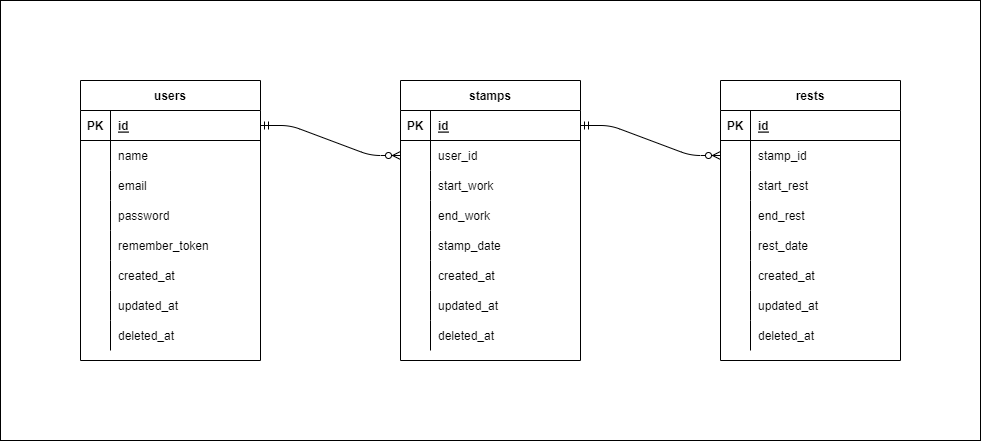
This is atte-ui/atte-ER.drawio.png from YunaSasaki/atte-app, a draw.io export, as it was before one commit. Source tidied: cells renumbered, new cells last; positions are measured from the earlier drawing's top-left corner, leaving out a move shared by most shapes. The source it was exported from:
```xml
<mxGraphModel>
  <root>
    <mxCell id="0" />
    <mxCell id="1" parent="0" />
    <mxCell id="2" style="rounded=0;whiteSpace=wrap;html=1;" parent="1" vertex="1">
      <mxGeometry width="980" height="440" as="geometry" />
    </mxCell>
    <mxCell id="3" value="users" style="shape=table;startSize=30;rowLines=0;fontStyle=1;align=center;" parent="1" vertex="1">
      <mxGeometry x="80" y="80" width="180" height="280" as="geometry" />
    </mxCell>
    <mxCell id="4" style="shape=partialRectangle;fillColor=none;top=0;left=0;bottom=1;right=0;points=[[0,0.5],[1,0.5]];portConstraint=eastwest;" parent="3" vertex="1">
      <mxGeometry y="30" width="180" height="30" as="geometry" />
    </mxCell>
    <mxCell id="5" value="PK" style="shape=partialRectangle;fillColor=none;top=0;left=0;bottom=0;right=0;fontStyle=1;overflow=hidden;" parent="4" vertex="1">
      <mxGeometry width="30" height="30" as="geometry" />
    </mxCell>
    <mxCell id="6" value="id" style="shape=partialRectangle;fillColor=none;top=0;left=0;bottom=0;right=0;align=left;spacingLeft=6;fontStyle=5;overflow=hidden;" parent="4" vertex="1">
      <mxGeometry x="30" width="150" height="30" as="geometry" />
    </mxCell>
    <mxCell id="7" style="shape=partialRectangle;fillColor=none;top=0;left=0;bottom=0;right=0;" parent="3" vertex="1">
      <mxGeometry y="60" width="180" height="30" as="geometry" />
    </mxCell>
    <mxCell id="8" style="shape=partialRectangle;fillColor=none;top=0;left=0;bottom=0;right=0;overflow=hidden;" parent="7" vertex="1">
      <mxGeometry width="30" height="30" as="geometry" />
    </mxCell>
    <mxCell id="9" value="name" style="shape=partialRectangle;fillColor=none;top=0;left=0;bottom=0;right=0;align=left;spacingLeft=6;overflow=hidden;" parent="7" vertex="1">
      <mxGeometry x="30" width="150" height="30" as="geometry" />
    </mxCell>
    <mxCell id="10" style="shape=partialRectangle;fillColor=none;top=0;left=0;bottom=0;right=0;" parent="3" vertex="1">
      <mxGeometry y="90" width="180" height="30" as="geometry" />
    </mxCell>
    <mxCell id="11" style="shape=partialRectangle;fillColor=none;top=0;left=0;bottom=0;right=0;overflow=hidden;" parent="10" vertex="1">
      <mxGeometry width="30" height="30" as="geometry" />
    </mxCell>
    <mxCell id="12" value="email" style="shape=partialRectangle;fillColor=none;top=0;left=0;bottom=0;right=0;align=left;spacingLeft=6;overflow=hidden;" parent="10" vertex="1">
      <mxGeometry x="30" width="150" height="30" as="geometry" />
    </mxCell>
    <mxCell id="13" style="shape=partialRectangle;fillColor=none;top=0;left=0;bottom=0;right=0;" parent="3" vertex="1">
      <mxGeometry y="120" width="180" height="30" as="geometry" />
    </mxCell>
    <mxCell id="14" style="shape=partialRectangle;fillColor=none;top=0;left=0;bottom=0;right=0;overflow=hidden;" parent="13" vertex="1">
      <mxGeometry width="30" height="30" as="geometry" />
    </mxCell>
    <mxCell id="15" value="password" style="shape=partialRectangle;fillColor=none;top=0;left=0;bottom=0;right=0;align=left;spacingLeft=6;overflow=hidden;" parent="13" vertex="1">
      <mxGeometry x="30" width="150" height="30" as="geometry" />
    </mxCell>
    <mxCell id="16" style="shape=partialRectangle;fillColor=none;top=0;left=0;bottom=0;right=0;" parent="3" vertex="1">
      <mxGeometry y="150" width="180" height="30" as="geometry" />
    </mxCell>
    <mxCell id="17" style="shape=partialRectangle;fillColor=none;top=0;left=0;bottom=0;right=0;overflow=hidden;" parent="16" vertex="1">
      <mxGeometry width="30" height="30" as="geometry" />
    </mxCell>
    <mxCell id="18" value="remember_token" style="shape=partialRectangle;fillColor=none;top=0;left=0;bottom=0;right=0;align=left;spacingLeft=6;overflow=hidden;" parent="16" vertex="1">
      <mxGeometry x="30" width="150" height="30" as="geometry" />
    </mxCell>
    <mxCell id="19" style="shape=partialRectangle;fillColor=none;top=0;left=0;bottom=0;right=0;" parent="3" vertex="1">
      <mxGeometry y="180" width="180" height="30" as="geometry" />
    </mxCell>
    <mxCell id="20" style="shape=partialRectangle;fillColor=none;top=0;left=0;bottom=0;right=0;overflow=hidden;" parent="19" vertex="1">
      <mxGeometry width="30" height="30" as="geometry" />
    </mxCell>
    <mxCell id="21" value="created_at" style="shape=partialRectangle;fillColor=none;top=0;left=0;bottom=0;right=0;align=left;spacingLeft=6;overflow=hidden;" parent="19" vertex="1">
      <mxGeometry x="30" width="150" height="30" as="geometry" />
    </mxCell>
    <mxCell id="22" style="shape=partialRectangle;fillColor=none;top=0;left=0;bottom=0;right=0;" parent="3" vertex="1">
      <mxGeometry y="210" width="180" height="30" as="geometry" />
    </mxCell>
    <mxCell id="23" style="shape=partialRectangle;fillColor=none;top=0;left=0;bottom=0;right=0;overflow=hidden;" parent="22" vertex="1">
      <mxGeometry width="30" height="30" as="geometry" />
    </mxCell>
    <mxCell id="24" value="updated_at" style="shape=partialRectangle;fillColor=none;top=0;left=0;bottom=0;right=0;align=left;spacingLeft=6;overflow=hidden;" parent="22" vertex="1">
      <mxGeometry x="30" width="150" height="30" as="geometry" />
    </mxCell>
    <mxCell id="25" style="shape=partialRectangle;fillColor=none;top=0;left=0;bottom=0;right=0;" parent="3" vertex="1">
      <mxGeometry y="240" width="180" height="30" as="geometry" />
    </mxCell>
    <mxCell id="26" style="shape=partialRectangle;fillColor=none;top=0;left=0;bottom=0;right=0;overflow=hidden;" parent="25" vertex="1">
      <mxGeometry width="30" height="30" as="geometry" />
    </mxCell>
    <mxCell id="27" value="deleted_at" style="shape=partialRectangle;fillColor=none;top=0;left=0;bottom=0;right=0;align=left;spacingLeft=6;overflow=hidden;" parent="25" vertex="1">
      <mxGeometry x="30" width="150" height="30" as="geometry" />
    </mxCell>
    <mxCell id="28" value="stamps" style="shape=table;startSize=30;rowLines=0;fontStyle=1;align=center;" parent="1" vertex="1">
      <mxGeometry x="400" y="80" width="180" height="280" as="geometry" />
    </mxCell>
    <mxCell id="29" style="shape=partialRectangle;fillColor=none;top=0;left=0;bottom=1;right=0;points=[[0,0.5],[1,0.5]];portConstraint=eastwest;" parent="28" vertex="1">
      <mxGeometry y="30" width="180" height="30" as="geometry" />
    </mxCell>
    <mxCell id="30" value="PK" style="shape=partialRectangle;fillColor=none;top=0;left=0;bottom=0;right=0;fontStyle=1;overflow=hidden;" parent="29" vertex="1">
      <mxGeometry width="30" height="30" as="geometry" />
    </mxCell>
    <mxCell id="31" value="id" style="shape=partialRectangle;fillColor=none;top=0;left=0;bottom=0;right=0;align=left;spacingLeft=6;fontStyle=5;overflow=hidden;" parent="29" vertex="1">
      <mxGeometry x="30" width="150" height="30" as="geometry" />
    </mxCell>
    <mxCell id="32" style="shape=partialRectangle;fillColor=none;top=0;left=0;bottom=0;right=0;points=[[0,0.5],[1,0.5]];portConstraint=eastwest;" parent="28" vertex="1">
      <mxGeometry y="60" width="180" height="30" as="geometry" />
    </mxCell>
    <mxCell id="33" style="shape=partialRectangle;fillColor=none;top=0;left=0;bottom=0;right=0;overflow=hidden;" parent="32" vertex="1">
      <mxGeometry width="30" height="30" as="geometry" />
    </mxCell>
    <mxCell id="34" value="user_id" style="shape=partialRectangle;fillColor=none;top=0;left=0;bottom=0;right=0;align=left;spacingLeft=6;overflow=hidden;" parent="32" vertex="1">
      <mxGeometry x="30" width="150" height="30" as="geometry" />
    </mxCell>
    <mxCell id="35" style="shape=partialRectangle;fillColor=none;top=0;left=0;bottom=0;right=0;" parent="28" vertex="1">
      <mxGeometry y="90" width="180" height="30" as="geometry" />
    </mxCell>
    <mxCell id="36" style="shape=partialRectangle;fillColor=none;top=0;left=0;bottom=0;right=0;overflow=hidden;" parent="35" vertex="1">
      <mxGeometry width="30" height="30" as="geometry" />
    </mxCell>
    <mxCell id="37" value="start_work" style="shape=partialRectangle;fillColor=none;top=0;left=0;bottom=0;right=0;align=left;spacingLeft=6;overflow=hidden;" parent="35" vertex="1">
      <mxGeometry x="30" width="150" height="30" as="geometry" />
    </mxCell>
    <mxCell id="38" style="shape=partialRectangle;fillColor=none;top=0;left=0;bottom=0;right=0;" parent="28" vertex="1">
      <mxGeometry y="120" width="180" height="30" as="geometry" />
    </mxCell>
    <mxCell id="39" style="shape=partialRectangle;fillColor=none;top=0;left=0;bottom=0;right=0;overflow=hidden;" parent="38" vertex="1">
      <mxGeometry width="30" height="30" as="geometry" />
    </mxCell>
    <mxCell id="40" value="end_work" style="shape=partialRectangle;fillColor=none;top=0;left=0;bottom=0;right=0;align=left;spacingLeft=6;overflow=hidden;" parent="38" vertex="1">
      <mxGeometry x="30" width="150" height="30" as="geometry" />
    </mxCell>
    <mxCell id="41" style="shape=partialRectangle;fillColor=none;top=0;left=0;bottom=0;right=0;" parent="28" vertex="1">
      <mxGeometry y="150" width="180" height="30" as="geometry" />
    </mxCell>
    <mxCell id="42" style="shape=partialRectangle;fillColor=none;top=0;left=0;bottom=0;right=0;overflow=hidden;" parent="41" vertex="1">
      <mxGeometry width="30" height="30" as="geometry" />
    </mxCell>
    <mxCell id="43" value="stamp_date" style="shape=partialRectangle;fillColor=none;top=0;left=0;bottom=0;right=0;align=left;spacingLeft=6;overflow=hidden;" parent="41" vertex="1">
      <mxGeometry x="30" width="150" height="30" as="geometry" />
    </mxCell>
    <mxCell id="44" style="shape=partialRectangle;fillColor=none;top=0;left=0;bottom=0;right=0;" parent="28" vertex="1">
      <mxGeometry y="180" width="180" height="30" as="geometry" />
    </mxCell>
    <mxCell id="45" style="shape=partialRectangle;fillColor=none;top=0;left=0;bottom=0;right=0;overflow=hidden;" parent="44" vertex="1">
      <mxGeometry width="30" height="30" as="geometry" />
    </mxCell>
    <mxCell id="46" value="created_at" style="shape=partialRectangle;fillColor=none;top=0;left=0;bottom=0;right=0;align=left;spacingLeft=6;overflow=hidden;" parent="44" vertex="1">
      <mxGeometry x="30" width="150" height="30" as="geometry" />
    </mxCell>
    <mxCell id="47" style="shape=partialRectangle;fillColor=none;top=0;left=0;bottom=0;right=0;" parent="28" vertex="1">
      <mxGeometry y="210" width="180" height="30" as="geometry" />
    </mxCell>
    <mxCell id="48" style="shape=partialRectangle;fillColor=none;top=0;left=0;bottom=0;right=0;overflow=hidden;" parent="47" vertex="1">
      <mxGeometry width="30" height="30" as="geometry" />
    </mxCell>
    <mxCell id="49" value="updated_at" style="shape=partialRectangle;fillColor=none;top=0;left=0;bottom=0;right=0;align=left;spacingLeft=6;overflow=hidden;" parent="47" vertex="1">
      <mxGeometry x="30" width="150" height="30" as="geometry" />
    </mxCell>
    <mxCell id="50" style="shape=partialRectangle;fillColor=none;top=0;left=0;bottom=0;right=0;" parent="28" vertex="1">
      <mxGeometry y="240" width="180" height="30" as="geometry" />
    </mxCell>
    <mxCell id="51" style="shape=partialRectangle;fillColor=none;top=0;left=0;bottom=0;right=0;overflow=hidden;" parent="50" vertex="1">
      <mxGeometry width="30" height="30" as="geometry" />
    </mxCell>
    <mxCell id="52" value="deleted_at" style="shape=partialRectangle;fillColor=none;top=0;left=0;bottom=0;right=0;align=left;spacingLeft=6;overflow=hidden;" parent="50" vertex="1">
      <mxGeometry x="30" width="150" height="30" as="geometry" />
    </mxCell>
    <mxCell id="53" value="rests" style="shape=table;startSize=30;rowLines=0;fontStyle=1;align=center;" parent="1" vertex="1">
      <mxGeometry x="720" y="80" width="180" height="280" as="geometry" />
    </mxCell>
    <mxCell id="54" style="shape=partialRectangle;fillColor=none;top=0;left=0;bottom=1;right=0;" parent="53" vertex="1">
      <mxGeometry y="30" width="180" height="30" as="geometry" />
    </mxCell>
    <mxCell id="55" value="PK" style="shape=partialRectangle;fillColor=none;top=0;left=0;bottom=0;right=0;fontStyle=1;overflow=hidden;" parent="54" vertex="1">
      <mxGeometry width="30" height="30" as="geometry" />
    </mxCell>
    <mxCell id="56" value="id" style="shape=partialRectangle;fillColor=none;top=0;left=0;bottom=0;right=0;align=left;spacingLeft=6;fontStyle=5;overflow=hidden;" parent="54" vertex="1">
      <mxGeometry x="30" width="150" height="30" as="geometry" />
    </mxCell>
    <mxCell id="57" style="shape=partialRectangle;fillColor=none;top=0;left=0;bottom=0;right=0;points=[[0,0.5],[1,0.5]];portConstraint=eastwest;" parent="53" vertex="1">
      <mxGeometry y="60" width="180" height="30" as="geometry" />
    </mxCell>
    <mxCell id="58" style="shape=partialRectangle;fillColor=none;top=0;left=0;bottom=0;right=0;overflow=hidden;" parent="57" vertex="1">
      <mxGeometry width="30" height="30" as="geometry" />
    </mxCell>
    <mxCell id="59" value="stamp_id" style="shape=partialRectangle;fillColor=none;top=0;left=0;bottom=0;right=0;align=left;spacingLeft=6;overflow=hidden;" parent="57" vertex="1">
      <mxGeometry x="30" width="150" height="30" as="geometry" />
    </mxCell>
    <mxCell id="60" style="shape=partialRectangle;fillColor=none;top=0;left=0;bottom=0;right=0;" parent="53" vertex="1">
      <mxGeometry y="90" width="180" height="30" as="geometry" />
    </mxCell>
    <mxCell id="61" style="shape=partialRectangle;fillColor=none;top=0;left=0;bottom=0;right=0;overflow=hidden;" parent="60" vertex="1">
      <mxGeometry width="30" height="30" as="geometry" />
    </mxCell>
    <mxCell id="62" value="start_rest" style="shape=partialRectangle;fillColor=none;top=0;left=0;bottom=0;right=0;align=left;spacingLeft=6;overflow=hidden;" parent="60" vertex="1">
      <mxGeometry x="30" width="150" height="30" as="geometry" />
    </mxCell>
    <mxCell id="63" style="shape=partialRectangle;fillColor=none;top=0;left=0;bottom=0;right=0;" parent="53" vertex="1">
      <mxGeometry y="120" width="180" height="30" as="geometry" />
    </mxCell>
    <mxCell id="64" style="shape=partialRectangle;fillColor=none;top=0;left=0;bottom=0;right=0;overflow=hidden;" parent="63" vertex="1">
      <mxGeometry width="30" height="30" as="geometry" />
    </mxCell>
    <mxCell id="65" value="end_rest" style="shape=partialRectangle;fillColor=none;top=0;left=0;bottom=0;right=0;align=left;spacingLeft=6;overflow=hidden;" parent="63" vertex="1">
      <mxGeometry x="30" width="150" height="30" as="geometry" />
    </mxCell>
    <mxCell id="66" style="shape=partialRectangle;fillColor=none;top=0;left=0;bottom=0;right=0;" parent="53" vertex="1">
      <mxGeometry y="150" width="180" height="30" as="geometry" />
    </mxCell>
    <mxCell id="67" style="shape=partialRectangle;fillColor=none;top=0;left=0;bottom=0;right=0;overflow=hidden;" parent="66" vertex="1">
      <mxGeometry width="30" height="30" as="geometry" />
    </mxCell>
    <mxCell id="68" value="rest_date" style="shape=partialRectangle;fillColor=none;top=0;left=0;bottom=0;right=0;align=left;spacingLeft=6;overflow=hidden;" parent="66" vertex="1">
      <mxGeometry x="30" width="150" height="30" as="geometry" />
    </mxCell>
    <mxCell id="69" style="shape=partialRectangle;fillColor=none;top=0;left=0;bottom=0;right=0;" parent="53" vertex="1">
      <mxGeometry y="180" width="180" height="30" as="geometry" />
    </mxCell>
    <mxCell id="70" style="shape=partialRectangle;fillColor=none;top=0;left=0;bottom=0;right=0;overflow=hidden;" parent="69" vertex="1">
      <mxGeometry width="30" height="30" as="geometry" />
    </mxCell>
    <mxCell id="71" value="created_at" style="shape=partialRectangle;fillColor=none;top=0;left=0;bottom=0;right=0;align=left;spacingLeft=6;overflow=hidden;" parent="69" vertex="1">
      <mxGeometry x="30" width="150" height="30" as="geometry" />
    </mxCell>
    <mxCell id="72" style="shape=partialRectangle;fillColor=none;top=0;left=0;bottom=0;right=0;" parent="53" vertex="1">
      <mxGeometry y="210" width="180" height="30" as="geometry" />
    </mxCell>
    <mxCell id="73" style="shape=partialRectangle;fillColor=none;top=0;left=0;bottom=0;right=0;overflow=hidden;" parent="72" vertex="1">
      <mxGeometry width="30" height="30" as="geometry" />
    </mxCell>
    <mxCell id="74" value="updated_at" style="shape=partialRectangle;fillColor=none;top=0;left=0;bottom=0;right=0;align=left;spacingLeft=6;overflow=hidden;" parent="72" vertex="1">
      <mxGeometry x="30" width="150" height="30" as="geometry" />
    </mxCell>
    <mxCell id="75" style="shape=partialRectangle;fillColor=none;top=0;left=0;bottom=0;right=0;" parent="53" vertex="1">
      <mxGeometry y="240" width="180" height="30" as="geometry" />
    </mxCell>
    <mxCell id="76" style="shape=partialRectangle;fillColor=none;top=0;left=0;bottom=0;right=0;overflow=hidden;" parent="75" vertex="1">
      <mxGeometry width="30" height="30" as="geometry" />
    </mxCell>
    <mxCell id="77" value="deleted_at" style="shape=partialRectangle;fillColor=none;top=0;left=0;bottom=0;right=0;align=left;spacingLeft=6;overflow=hidden;" parent="75" vertex="1">
      <mxGeometry x="30" width="150" height="30" as="geometry" />
    </mxCell>
    <mxCell id="78" style="edgeStyle=entityRelationEdgeStyle;fontSize=12;html=1;endArrow=ERzeroToMany;startArrow=ERmandOne;entryX=0;entryY=0.5;entryDx=0;entryDy=0;exitX=1;exitY=0.5;exitDx=0;exitDy=0;" parent="1" edge="1" source="4" target="32">
      <mxGeometry relative="1" as="geometry" />
    </mxCell>
    <mxCell id="79" style="edgeStyle=entityRelationEdgeStyle;fontSize=12;html=1;endArrow=ERzeroToMany;startArrow=ERmandOne;" parent="1" edge="1" source="29" target="57">
      <mxGeometry relative="1" as="geometry" />
    </mxCell>
  </root>
</mxGraphModel>
```
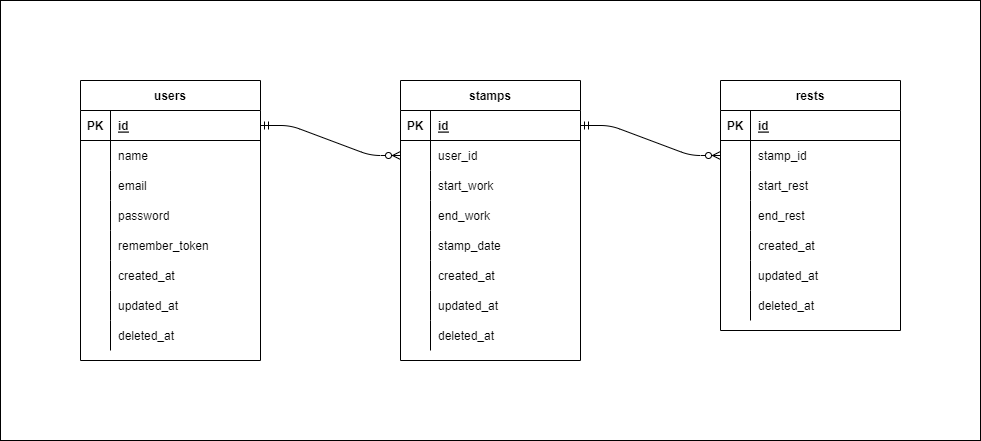
Above is the later version.

Diff of the diagram source:
```diff
@@ -156,7 +156,7 @@
       <mxGeometry x="30" width="150" height="30" as="geometry" />
     </mxCell>
     <mxCell id="53" value="rests" style="shape=table;startSize=30;rowLines=0;fontStyle=1;align=center;" parent="1" vertex="1">
-      <mxGeometry x="720" y="80" width="180" height="280" as="geometry" />
+      <mxGeometry x="720" y="80" width="180" height="250" as="geometry" />
     </mxCell>
     <mxCell id="54" style="shape=partialRectangle;fillColor=none;top=0;left=0;bottom=1;right=0;" parent="53" vertex="1">
       <mxGeometry y="30" width="180" height="30" as="geometry" />
@@ -194,17 +194,8 @@
     <mxCell id="65" value="end_rest" style="shape=partialRectangle;fillColor=none;top=0;left=0;bottom=0;right=0;align=left;spacingLeft=6;overflow=hidden;" parent="63" vertex="1">
       <mxGeometry x="30" width="150" height="30" as="geometry" />
     </mxCell>
-    <mxCell id="66" style="shape=partialRectangle;fillColor=none;top=0;left=0;bottom=0;right=0;" parent="53" vertex="1">
-      <mxGeometry y="150" width="180" height="30" as="geometry" />
-    </mxCell>
-    <mxCell id="67" style="shape=partialRectangle;fillColor=none;top=0;left=0;bottom=0;right=0;overflow=hidden;" parent="66" vertex="1">
-      <mxGeometry width="30" height="30" as="geometry" />
-    </mxCell>
-    <mxCell id="68" value="rest_date" style="shape=partialRectangle;fillColor=none;top=0;left=0;bottom=0;right=0;align=left;spacingLeft=6;overflow=hidden;" parent="66" vertex="1">
-      <mxGeometry x="30" width="150" height="30" as="geometry" />
-    </mxCell>
     <mxCell id="69" style="shape=partialRectangle;fillColor=none;top=0;left=0;bottom=0;right=0;" parent="53" vertex="1">
-      <mxGeometry y="180" width="180" height="30" as="geometry" />
+      <mxGeometry y="150" width="180" height="30" as="geometry" />
     </mxCell>
     <mxCell id="70" style="shape=partialRectangle;fillColor=none;top=0;left=0;bottom=0;right=0;overflow=hidden;" parent="69" vertex="1">
       <mxGeometry width="30" height="30" as="geometry" />
@@ -213,7 +204,7 @@
       <mxGeometry x="30" width="150" height="30" as="geometry" />
     </mxCell>
     <mxCell id="72" style="shape=partialRectangle;fillColor=none;top=0;left=0;bottom=0;right=0;" parent="53" vertex="1">
-      <mxGeometry y="210" width="180" height="30" as="geometry" />
+      <mxGeometry y="180" width="180" height="30" as="geometry" />
     </mxCell>
     <mxCell id="73" style="shape=partialRectangle;fillColor=none;top=0;left=0;bottom=0;right=0;overflow=hidden;" parent="72" vertex="1">
       <mxGeometry width="30" height="30" as="geometry" />
@@ -222,7 +213,7 @@
       <mxGeometry x="30" width="150" height="30" as="geometry" />
     </mxCell>
     <mxCell id="75" style="shape=partialRectangle;fillColor=none;top=0;left=0;bottom=0;right=0;" parent="53" vertex="1">
-      <mxGeometry y="240" width="180" height="30" as="geometry" />
+      <mxGeometry y="210" width="180" height="30" as="geometry" />
     </mxCell>
     <mxCell id="76" style="shape=partialRectangle;fillColor=none;top=0;left=0;bottom=0;right=0;overflow=hidden;" parent="75" vertex="1">
       <mxGeometry width="30" height="30" as="geometry" />
```
